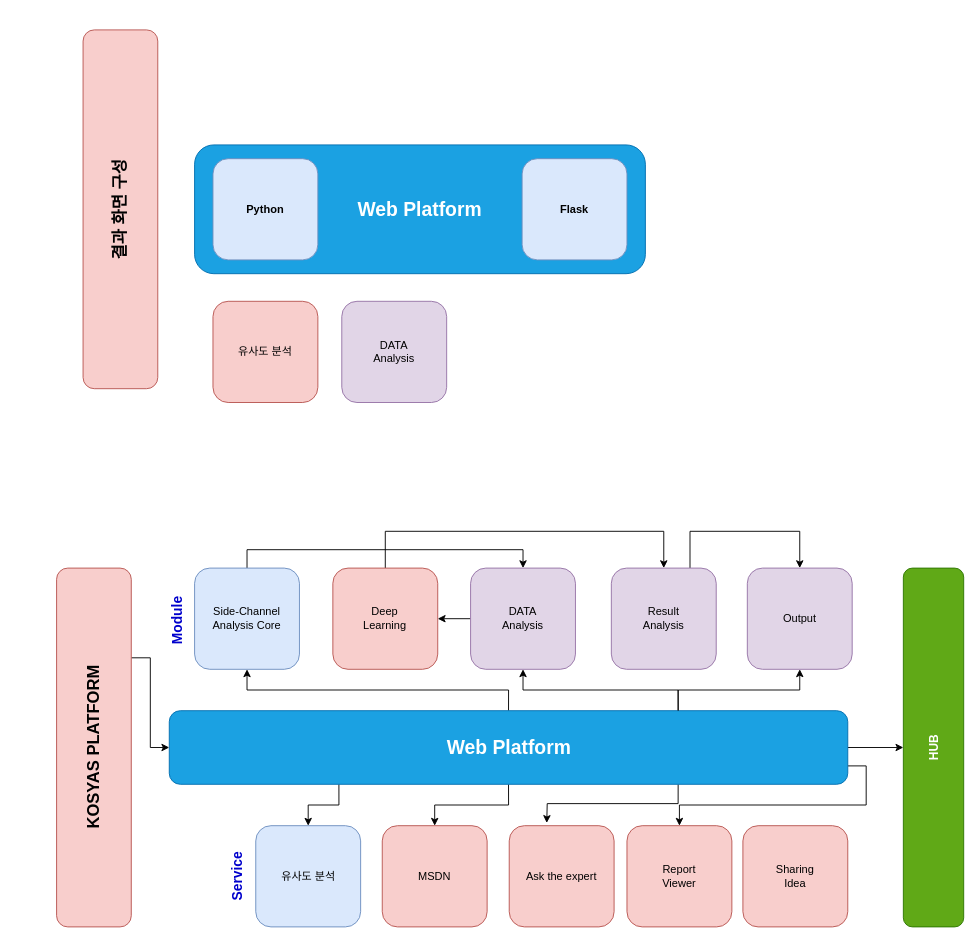
This is gp.drawio from penzance-jshan/test, a draw.io file, before an edit. Source tidied: cells renumbered, new cells numbered last; positions are measured from the earlier drawing's top-left corner, leaving out a move shared by most shapes. Both pictures are drawn from the tidied source at 92%, with x=0, y=0 at pixel (56, 29).
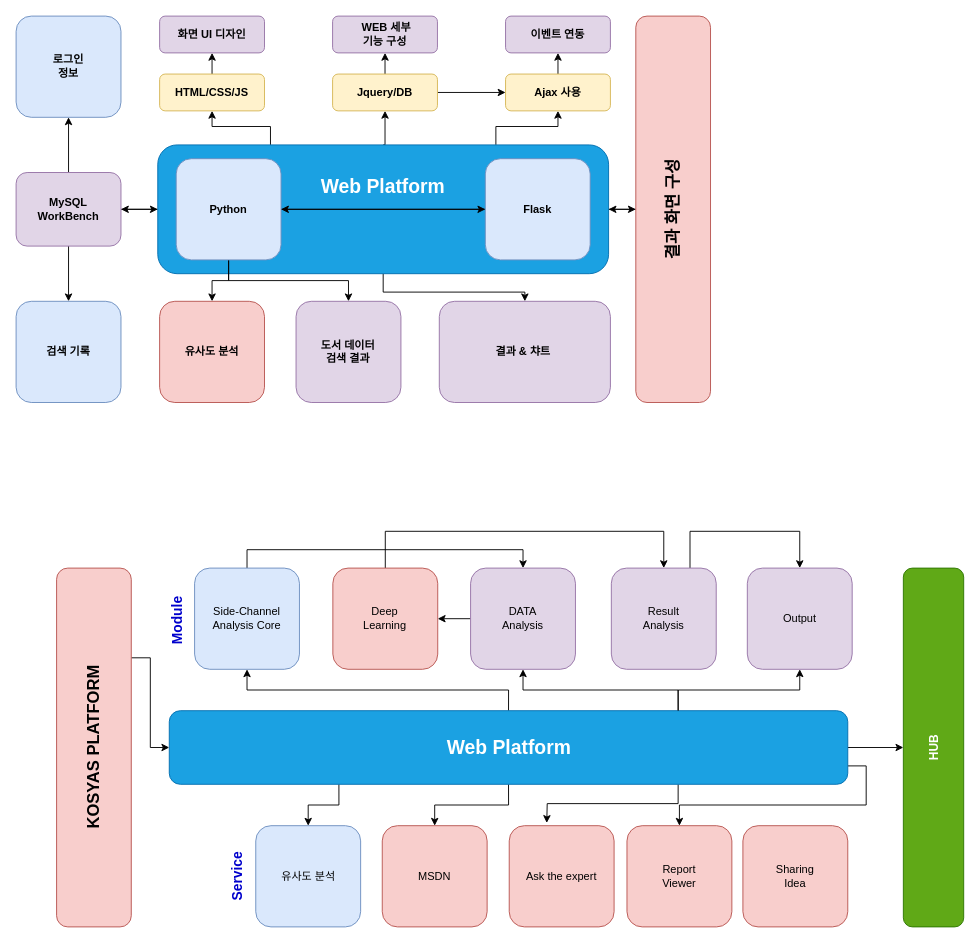
The same diagram, later.

The edit, as a diff of the source:
```diff
@@
+    <mxCell id="36" style="edgeStyle=orthogonalEdgeStyle;rounded=0;jettySize=auto;html=1;exitX=0.5;exitY=1;exitDx=0;exitDy=0;entryX=0.5;entryY=0;entryDx=0;entryDy=0;" parent="1" edge="1" source="30" target="47">
+      <mxGeometry relative="1" as="geometry" />
+    </mxCell>
+    <mxCell id="37" style="edgeStyle=orthogonalEdgeStyle;rounded=0;jettySize=auto;html=1;exitX=0.25;exitY=0;exitDx=0;exitDy=0;entryX=0.5;entryY=1;entryDx=0;entryDy=0;" parent="1" edge="1" source="30" target="52">
+      <mxGeometry relative="1" as="geometry" />
+    </mxCell>
+    <mxCell id="38" style="edgeStyle=orthogonalEdgeStyle;rounded=0;jettySize=auto;html=1;exitX=0.5;exitY=0;exitDx=0;exitDy=0;entryX=0.5;entryY=1;entryDx=0;entryDy=0;" parent="1" edge="1" source="30" target="55">
+      <mxGeometry relative="1" as="geometry" />
+    </mxCell>
+    <mxCell id="39" style="edgeStyle=orthogonalEdgeStyle;rounded=0;jettySize=auto;html=1;exitX=0.75;exitY=0;exitDx=0;exitDy=0;entryX=0.5;entryY=1;entryDx=0;entryDy=0;" parent="1" edge="1" source="30" target="57">
+      <mxGeometry relative="1" as="geometry" />
+    </mxCell>
+    <mxCell id="40" style="edgeStyle=orthogonalEdgeStyle;rounded=0;jettySize=auto;html=1;exitX=1;exitY=0.5;exitDx=0;exitDy=0;entryX=0;entryY=0.5;entryDx=0;entryDy=0;" parent="1" edge="1" source="30" target="35">
+      <mxGeometry relative="1" as="geometry" />
+    </mxCell>
+    <mxCell id="41" style="edgeStyle=orthogonalEdgeStyle;rounded=0;jettySize=auto;html=1;exitX=0;exitY=0.5;exitDx=0;exitDy=0;entryX=1;entryY=0.5;entryDx=0;entryDy=0;" parent="1" edge="1" source="30" target="61">
+      <mxGeometry relative="1" as="geometry" />
+    </mxCell>
-    <mxCell id="30" value="Web Platform" style="rounded=1;whiteSpace=wrap;html=1;strokeWidth=1;fontStyle=1;fontSize=21;fillColor=#1ba1e2;strokeColor=#006EAF;fontColor=#ffffff;" parent="1" vertex="1">
-      <mxGeometry x="150" y="125" width="490" height="140" as="geometry" />
+    <mxCell id="30" value="Web Platform&lt;br&gt;&amp;nbsp;&amp;nbsp;&lt;br&gt;&amp;nbsp;&amp;nbsp;" style="rounded=1;whiteSpace=wrap;html=1;strokeWidth=1;fontStyle=1;fontSize=21;fillColor=#1ba1e2;strokeColor=#006EAF;fontColor=#ffffff;" parent="1" vertex="1">
+      <mxGeometry x="110" y="125" width="490" height="140" as="geometry" />
     </mxCell>
+    <mxCell id="42" style="edgeStyle=orthogonalEdgeStyle;rounded=0;jettySize=auto;html=1;exitX=0.5;exitY=1;exitDx=0;exitDy=0;entryX=0.5;entryY=0;entryDx=0;entryDy=0;" parent="1" edge="1" source="31" target="33">
+      <mxGeometry relative="1" as="geometry" />
+    </mxCell>
+    <mxCell id="43" style="edgeStyle=orthogonalEdgeStyle;rounded=0;jettySize=auto;html=1;exitX=0.5;exitY=1;exitDx=0;exitDy=0;" parent="1" edge="1" source="31" target="34">
+      <mxGeometry relative="1" as="geometry" />
+    </mxCell>
+    <mxCell id="44" style="edgeStyle=orthogonalEdgeStyle;rounded=0;jettySize=auto;html=1;exitX=1;exitY=0.5;exitDx=0;exitDy=0;entryX=0;entryY=0.5;entryDx=0;entryDy=0;" parent="1" edge="1" source="31" target="32">
+      <mxGeometry relative="1" as="geometry" />
+    </mxCell>
     <mxCell id="31" value="Python" style="rounded=1;whiteSpace=wrap;html=1;fillColor=#dae8fc;strokeColor=#6c8ebf;fontStyle=1;" parent="1" vertex="1">
-      <mxGeometry x="170" y="140" width="114" height="110" as="geometry" />
+      <mxGeometry x="130" y="140" width="114" height="110" as="geometry" />
     </mxCell>
+    <mxCell id="45" style="edgeStyle=orthogonalEdgeStyle;rounded=0;jettySize=auto;html=1;exitX=0;exitY=0.5;exitDx=0;exitDy=0;entryX=1;entryY=0.5;entryDx=0;entryDy=0;" parent="1" edge="1" source="32" target="31">
+      <mxGeometry relative="1" as="geometry" />
+    </mxCell>
     <mxCell id="32" value="Flask" style="rounded=1;whiteSpace=wrap;html=1;fillColor=#dae8fc;strokeColor=#6c8ebf;fontStyle=1;" parent="1" vertex="1">
-      <mxGeometry x="506" y="140" width="114" height="110" as="geometry" />
+      <mxGeometry x="466" y="140" width="114" height="110" as="geometry" />
     </mxCell>
-    <mxCell id="33" value="유사도 분석" style="rounded=1;whiteSpace=wrap;html=1;fillColor=#f8cecc;strokeColor=#b85450;strokeWidth=1;" parent="1" vertex="1">
-      <mxGeometry x="170" y="295" width="114" height="110" as="geometry" />
+    <mxCell id="33" value="유사도 분석" style="rounded=1;whiteSpace=wrap;html=1;fillColor=#f8cecc;strokeColor=#b85450;strokeWidth=1;fontStyle=1;" parent="1" vertex="1">
+      <mxGeometry x="112" y="295" width="114" height="110" as="geometry" />
     </mxCell>
-    <mxCell id="34" value="DATA&lt;br&gt;Analysis" style="rounded=1;whiteSpace=wrap;html=1;fillColor=#e1d5e7;strokeColor=#9673a6;strokeWidth=1;" parent="1" vertex="1">
-      <mxGeometry x="310" y="295" width="114" height="110" as="geometry" />
+    <mxCell id="34" value="도서 데이터 &lt;br&gt;검색 결과" style="rounded=1;whiteSpace=wrap;html=1;fillColor=#e1d5e7;strokeColor=#9673a6;strokeWidth=1;fontStyle=1;" parent="1" vertex="1">
+      <mxGeometry x="260.3" y="295" width="114" height="110" as="geometry" />
     </mxCell>
+    <mxCell id="46" style="edgeStyle=orthogonalEdgeStyle;rounded=0;jettySize=auto;html=1;exitX=0;exitY=0.5;exitDx=0;exitDy=0;entryX=1;entryY=0.5;entryDx=0;entryDy=0;" parent="1" edge="1" source="35" target="30">
+      <mxGeometry relative="1" as="geometry" />
+    </mxCell>
     <mxCell id="35" value="결과 화면 구성" style="rounded=1;whiteSpace=wrap;html=1;fillColor=#f8cecc;strokeColor=#b85450;strokeWidth=1;horizontal=0;fontStyle=1;fontSize=18;" parent="1" vertex="1">
-      <mxGeometry x="28.8" width="81.2" height="390" as="geometry" />
+      <mxGeometry x="629.6" y="-15" width="81.2" height="420" as="geometry" />
     </mxCell>
+    <mxCell id="47" value="&lt;b&gt;결과 &amp;amp; 챠트&lt;/b&gt;&amp;nbsp;" style="rounded=1;whiteSpace=wrap;html=1;fillColor=#e1d5e7;strokeColor=#9673a6;strokeWidth=1;" parent="1" vertex="1">
+      <mxGeometry x="416" y="295" width="186" height="110" as="geometry" />
+    </mxCell>
+    <mxCell id="48" value="화면 UI 디자인" style="rounded=1;whiteSpace=wrap;html=1;fillColor=#e1d5e7;strokeColor=#9673a6;strokeWidth=1;fontStyle=1;" parent="1" vertex="1">
+      <mxGeometry x="112" y="-15" width="114" height="40" as="geometry" />
+    </mxCell>
+    <mxCell id="49" value="&amp;nbsp;WEB 세부 &lt;br&gt;기능 구성" style="rounded=1;whiteSpace=wrap;html=1;fillColor=#e1d5e7;strokeColor=#9673a6;strokeWidth=1;fontStyle=1;" parent="1" vertex="1">
+      <mxGeometry x="300" y="-15" width="114" height="40" as="geometry" />
+    </mxCell>
+    <mxCell id="50" value="이벤트 연동" style="rounded=1;whiteSpace=wrap;html=1;fillColor=#e1d5e7;strokeColor=#9673a6;strokeWidth=1;fontStyle=1;" parent="1" vertex="1">
+      <mxGeometry x="488" y="-15" width="114" height="40" as="geometry" />
+    </mxCell>
+    <mxCell id="51" style="edgeStyle=orthogonalEdgeStyle;rounded=0;jettySize=auto;html=1;exitX=0.5;exitY=0;exitDx=0;exitDy=0;entryX=0.5;entryY=1;entryDx=0;entryDy=0;" parent="1" edge="1" source="52" target="48">
+      <mxGeometry relative="1" as="geometry" />
+    </mxCell>
+    <mxCell id="52" value="HTML/CSS/JS" style="rounded=1;whiteSpace=wrap;html=1;fillColor=#fff2cc;strokeColor=#d6b656;strokeWidth=1;fontStyle=1;" parent="1" vertex="1">
+      <mxGeometry x="112" y="48" width="114" height="40" as="geometry" />
+    </mxCell>
+    <mxCell id="53" style="edgeStyle=orthogonalEdgeStyle;rounded=0;jettySize=auto;html=1;exitX=0.5;exitY=0;exitDx=0;exitDy=0;entryX=0.5;entryY=1;entryDx=0;entryDy=0;" parent="1" edge="1" source="55" target="49">
+      <mxGeometry relative="1" as="geometry" />
+    </mxCell>
+    <mxCell id="54" style="edgeStyle=orthogonalEdgeStyle;rounded=0;jettySize=auto;html=1;exitX=1;exitY=0.5;exitDx=0;exitDy=0;entryX=0;entryY=0.5;entryDx=0;entryDy=0;" parent="1" edge="1" source="55" target="57">
+      <mxGeometry relative="1" as="geometry" />
+    </mxCell>
+    <mxCell id="55" value="Jquery/DB" style="rounded=1;whiteSpace=wrap;html=1;fillColor=#fff2cc;strokeColor=#d6b656;strokeWidth=1;fontStyle=1;" parent="1" vertex="1">
+      <mxGeometry x="300" y="48" width="114" height="40" as="geometry" />
+    </mxCell>
+    <mxCell id="56" style="edgeStyle=orthogonalEdgeStyle;rounded=0;jettySize=auto;html=1;exitX=0.5;exitY=0;exitDx=0;exitDy=0;entryX=0.5;entryY=1;entryDx=0;entryDy=0;" parent="1" edge="1" source="57" target="50">
+      <mxGeometry relative="1" as="geometry" />
+    </mxCell>
+    <mxCell id="57" value="Ajax 사용" style="rounded=1;whiteSpace=wrap;html=1;fillColor=#fff2cc;strokeColor=#d6b656;strokeWidth=1;fontStyle=1;" parent="1" vertex="1">
+      <mxGeometry x="488" y="48" width="114" height="40" as="geometry" />
+    </mxCell>
+    <mxCell id="58" style="edgeStyle=orthogonalEdgeStyle;rounded=0;jettySize=auto;html=1;exitX=1;exitY=0.5;exitDx=0;exitDy=0;entryX=0;entryY=0.5;entryDx=0;entryDy=0;" parent="1" edge="1" source="61" target="30">
+      <mxGeometry relative="1" as="geometry" />
+    </mxCell>
+    <mxCell id="59" style="edgeStyle=orthogonalEdgeStyle;rounded=0;jettySize=auto;html=1;exitX=0.5;exitY=1;exitDx=0;exitDy=0;entryX=0.5;entryY=0;entryDx=0;entryDy=0;" parent="1" edge="1" source="61" target="63">
+      <mxGeometry relative="1" as="geometry" />
+    </mxCell>
+    <mxCell id="60" style="edgeStyle=orthogonalEdgeStyle;rounded=0;jettySize=auto;html=1;exitX=0.5;exitY=0;exitDx=0;exitDy=0;entryX=0.5;entryY=1;entryDx=0;entryDy=0;" parent="1" edge="1" source="61" target="62">
+      <mxGeometry relative="1" as="geometry" />
+    </mxCell>
+    <mxCell id="61" value="MySQL&lt;br&gt;WorkBench" style="rounded=1;whiteSpace=wrap;html=1;fillColor=#e1d5e7;strokeColor=#9673a6;strokeWidth=1;fontStyle=1;" parent="1" vertex="1">
+      <mxGeometry x="-44" y="155" width="114" height="80" as="geometry" />
+    </mxCell>
+    <mxCell id="62" value="로그인&lt;br&gt;정보" style="rounded=1;whiteSpace=wrap;html=1;fillColor=#dae8fc;strokeColor=#6c8ebf;fontStyle=1;" parent="1" vertex="1">
+      <mxGeometry x="-44" y="-15" width="114" height="110" as="geometry" />
+    </mxCell>
+    <mxCell id="63" value="검색 기록" style="rounded=1;whiteSpace=wrap;html=1;fillColor=#dae8fc;strokeColor=#6c8ebf;fontStyle=1;" parent="1" vertex="1">
+      <mxGeometry x="-44" y="295" width="114" height="110" as="geometry" />
+    </mxCell>
```
